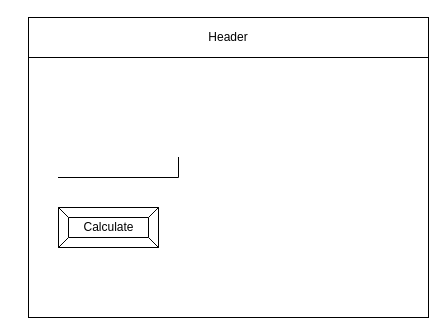
Before: design/story-board.drawio in Liya-Getachew/ICS2O-Unit6-02-cookie-clicker, a draw.io diagram. Source tidied: cells renumbered, new cells numbered last; positions are measured from the earlier drawing's top-left corner, leaving out a move shared by most shapes. Both pictures are drawn from the tidied source at 100%, with x=0, y=0 at pixel (28, 17).
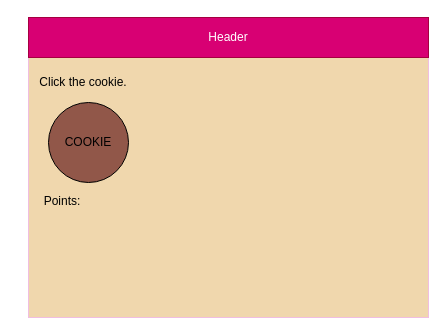
Above is the later version.

Diff of the diagram source:
```diff
@@
 <mxGraphModel>
   <root>
     <mxCell id="0" />
     <mxCell id="1" parent="0" />
-    <mxCell id="2" style="rounded=0;whiteSpace=wrap;html=1;" parent="1" vertex="1">
+    <mxCell id="2" style="rounded=0;whiteSpace=wrap;html=1;strokeColor=#F0BEE1;fillColor=#F0D7AD;" parent="1" vertex="1">
       <mxGeometry width="400" height="300" as="geometry" />
     </mxCell>
-    <mxCell id="3" value="Header" style="rounded=0;whiteSpace=wrap;html=1;" parent="1" vertex="1">
+    <mxCell id="3" value="Header" style="rounded=0;whiteSpace=wrap;html=1;fillColor=#d80073;fontColor=#ffffff;strokeColor=#A50040;" parent="1" vertex="1">
       <mxGeometry width="400" height="40" as="geometry" />
     </mxCell>
-    <mxCell id="4" style="shape=partialRectangle;whiteSpace=wrap;html=1;top=0;left=0;fillColor=none;" parent="1" vertex="1">
-      <mxGeometry x="30" y="140" width="120" height="20" as="geometry" />
-    </mxCell>
-    <mxCell id="5" value="Calculate" style="labelPosition=center;verticalLabelPosition=middle;align=center;html=1;shape=mxgraph.basic.button;dx=10;" parent="1" vertex="1">
-      <mxGeometry x="30" y="190" width="100" height="40" as="geometry" />
-    </mxCell>
+    <mxCell id="6" value="COOKIE" style="ellipse;whiteSpace=wrap;html=1;strokeColor=#000000;fillColor=#915749;" parent="1" vertex="1">
+      <mxGeometry x="20" y="85" width="80" height="80" as="geometry" />
+    </mxCell>
+    <mxCell id="7" value="&lt;font color=&quot;#000000&quot;&gt;Click the cookie.&lt;/font&gt;" style="text;html=1;strokeColor=none;fillColor=none;align=center;verticalAlign=middle;whiteSpace=wrap;rounded=0;" parent="1" vertex="1">
+      <mxGeometry y="50" width="110" height="30" as="geometry" />
+    </mxCell>
+    <mxCell id="8" value="Points:" style="text;html=1;strokeColor=none;fillColor=none;align=center;verticalAlign=middle;whiteSpace=wrap;rounded=0;fontColor=#000000;" parent="1" vertex="1">
+      <mxGeometry x="-11" y="169" width="90" height="30" as="geometry" />
+    </mxCell>
   </root>
 </mxGraphModel>
```
